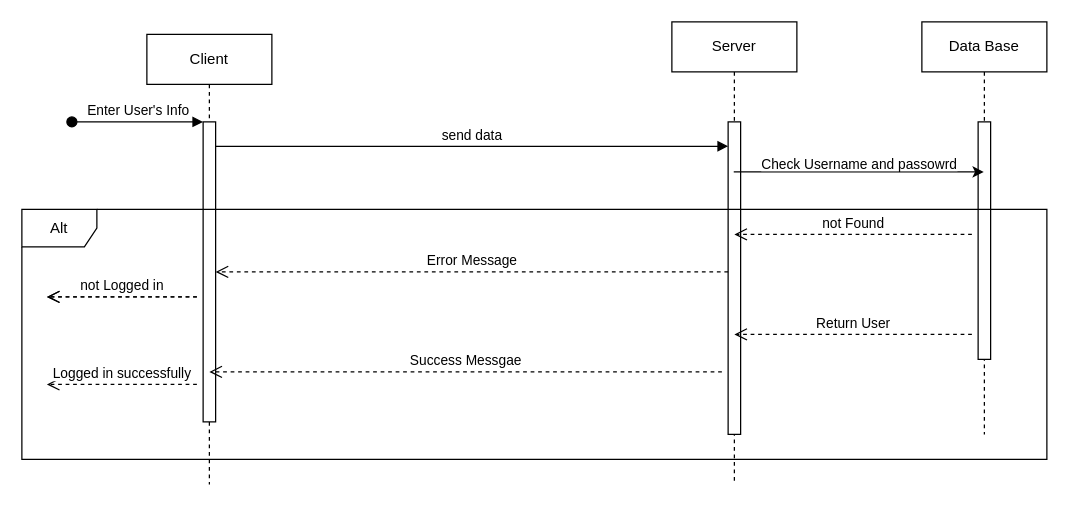
HabebaHamada/Bank_System_QT keeps this draw.io diagram as Login Request.drawio. Above is the earlier version. Source tidied: cells renumbered, new cells numbered last; positions are measured from the earlier drawing's top-left corner, leaving out a move shared by most shapes. Both pictures are drawn from the tidied source at 125%, with x=0, y=0 at pixel (21, 21).
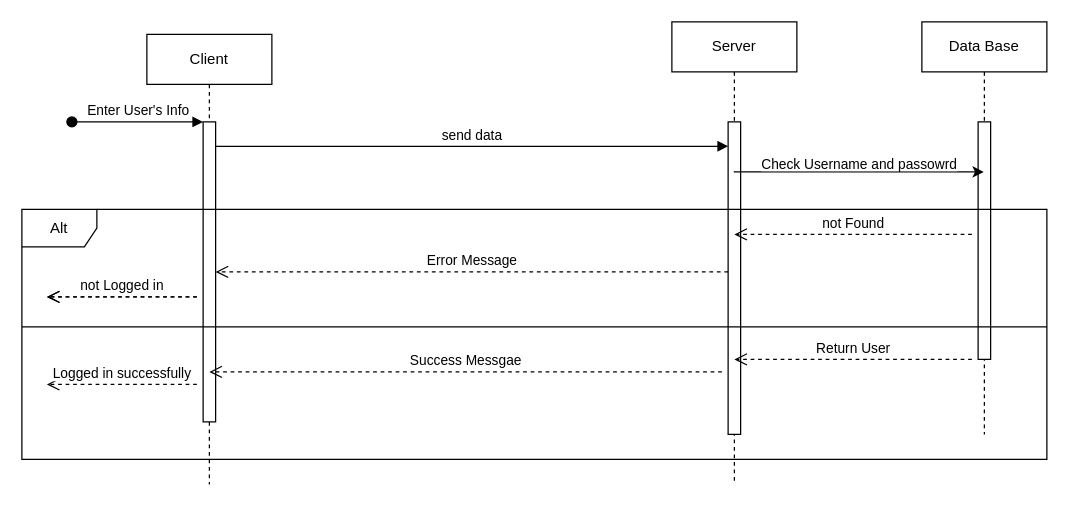
After the change.

Commit message:
update login sequence diagram

The edit, as a diff of the source:
```diff
@@
     <mxCell id="15" value="Return User" style="html=1;verticalAlign=bottom;endArrow=open;dashed=1;endSize=8;edgeStyle=elbowEdgeStyle;elbow=vertical;curved=0;rounded=0;" parent="1" edge="1">
       <mxGeometry relative="1" as="geometry">
-        <mxPoint x="760" y="250" as="sourcePoint" />
-        <mxPoint x="570" y="250" as="targetPoint" />
+        <mxPoint x="760" y="270" as="sourcePoint" />
+        <mxPoint x="570" y="270" as="targetPoint" />
       </mxGeometry>
     </mxCell>
@@
+    <mxCell id="20" style="line;strokeWidth=1;fillColor=none;align=left;verticalAlign=middle;spacingTop=-1;spacingLeft=3;spacingRight=3;labelPosition=right;strokeColor=inherit;" parent="1" vertex="1">
+      <mxGeometry y="240" width="820" height="8" as="geometry" />
+    </mxCell>
```
